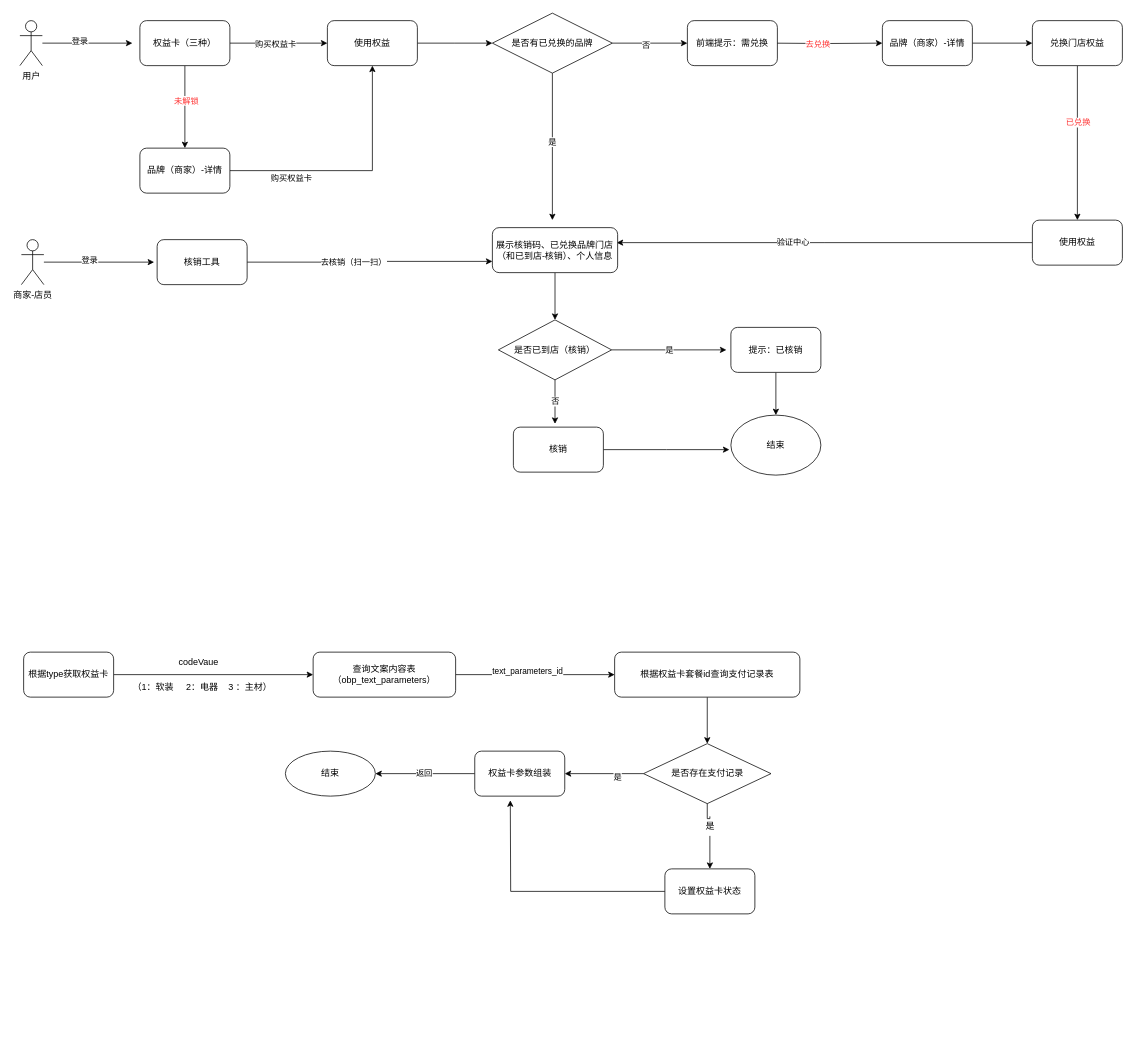
YYB1024/myRemoteRepo keeps this draw.io diagram as 婚奢汇业务流程图/装修权益.drawio. Above is the earlier version. Source tidied: cells renumbered, new cells numbered last; positions are measured from the earlier drawing's top-left corner, leaving out a move shared by most shapes. Both pictures are drawn from the tidied source at 75%, with x=0, y=0 at pixel (20, 13).
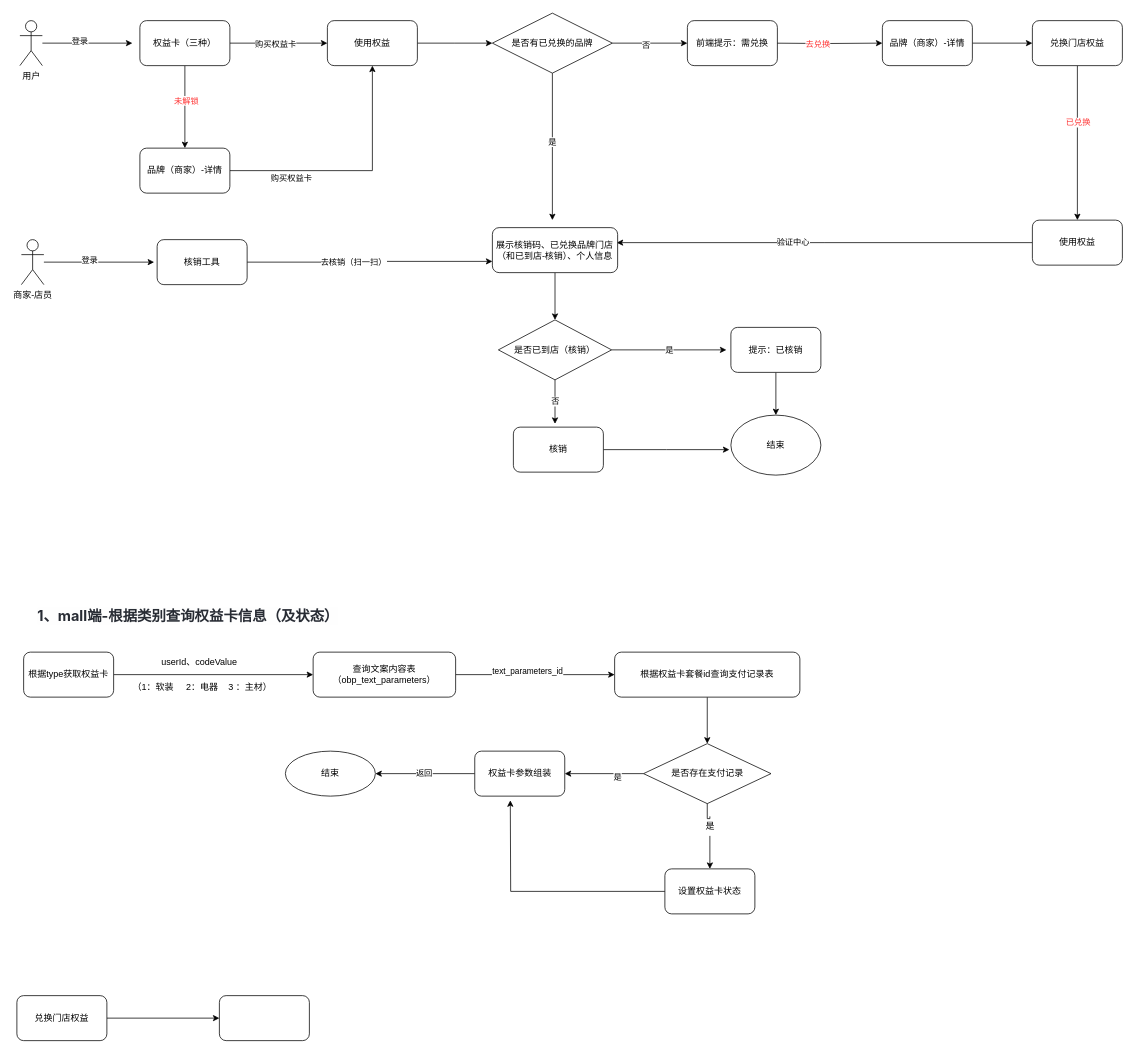
Above is the later version.

Commit message:
更新装修权益.drawio

Diff of the diagram source:
```diff
@@
-    <mxCell id="52" value="codeVaue" style="text;html=1;align=center;verticalAlign=middle;strokeColor=none;fillColor=none;fontColor=#000000;" parent="1" vertex="1">
-      <mxGeometry x="202" y="852" width="71" height="26" as="geometry" />
+    <mxCell id="52" value="userId、codeValue" style="text;html=1;align=center;verticalAlign=middle;strokeColor=none;fillColor=none;fontColor=#000000;" parent="1" vertex="1">
+      <mxGeometry x="179" y="852" width="119" height="26" as="geometry" />
     </mxCell>
@@
+    <mxCell id="68" style="edgeStyle=orthogonalEdgeStyle;rounded=0;jettySize=auto;html=1;fontColor=#000000;" parent="1" edge="1" source="69" target="71">
+      <mxGeometry relative="1" as="geometry" />
+    </mxCell>
+    <mxCell id="69" value="兑换门店权益" style="rounded=1;whiteSpace=wrap;html=1;fontColor=#000000;" parent="1" vertex="1">
+      <mxGeometry x="-4" y="1310" width="120" height="60" as="geometry" />
+    </mxCell>
+    <mxCell id="70" value="&lt;h5 style=&quot;box-sizing: border-box; break-after: avoid-page; break-inside: avoid; orphans: 4; font-size: 1.2rem; margin-top: 1rem; margin-bottom: 1rem; position: relative; caret-color: rgb(40, 44, 52); color: rgb(40, 44, 52); font-family: -apple-system, BlinkMacSystemFont, &amp;quot;Helvetica Neue&amp;quot;, Helvetica, &amp;quot;PingFang SC&amp;quot;, &amp;quot;Microsoft YaHei&amp;quot;, sans-serif; text-align: justify; background-color: rgb(254, 254, 254);&quot; class=&quot;md-end-block md-heading md-focus&quot;&gt;&lt;span style=&quot;box-sizing: border-box;&quot; class=&quot;md-plain md-expand&quot;&gt;1、mall端-根据类别查询权益卡信息（及状态）&lt;/span&gt;&lt;/h5&gt;" style="text;html=1;align=center;verticalAlign=middle;strokeColor=none;fillColor=none;fontColor=#000000;" parent="1" vertex="1">
+      <mxGeometry x="14" y="770" width="420" height="67" as="geometry" />
+    </mxCell>
+    <mxCell id="71" style="whiteSpace=wrap;html=1;fontColor=#000000;rounded=1;" parent="1" vertex="1">
+      <mxGeometry x="266" y="1310" width="120" height="60" as="geometry" />
+    </mxCell>
```
